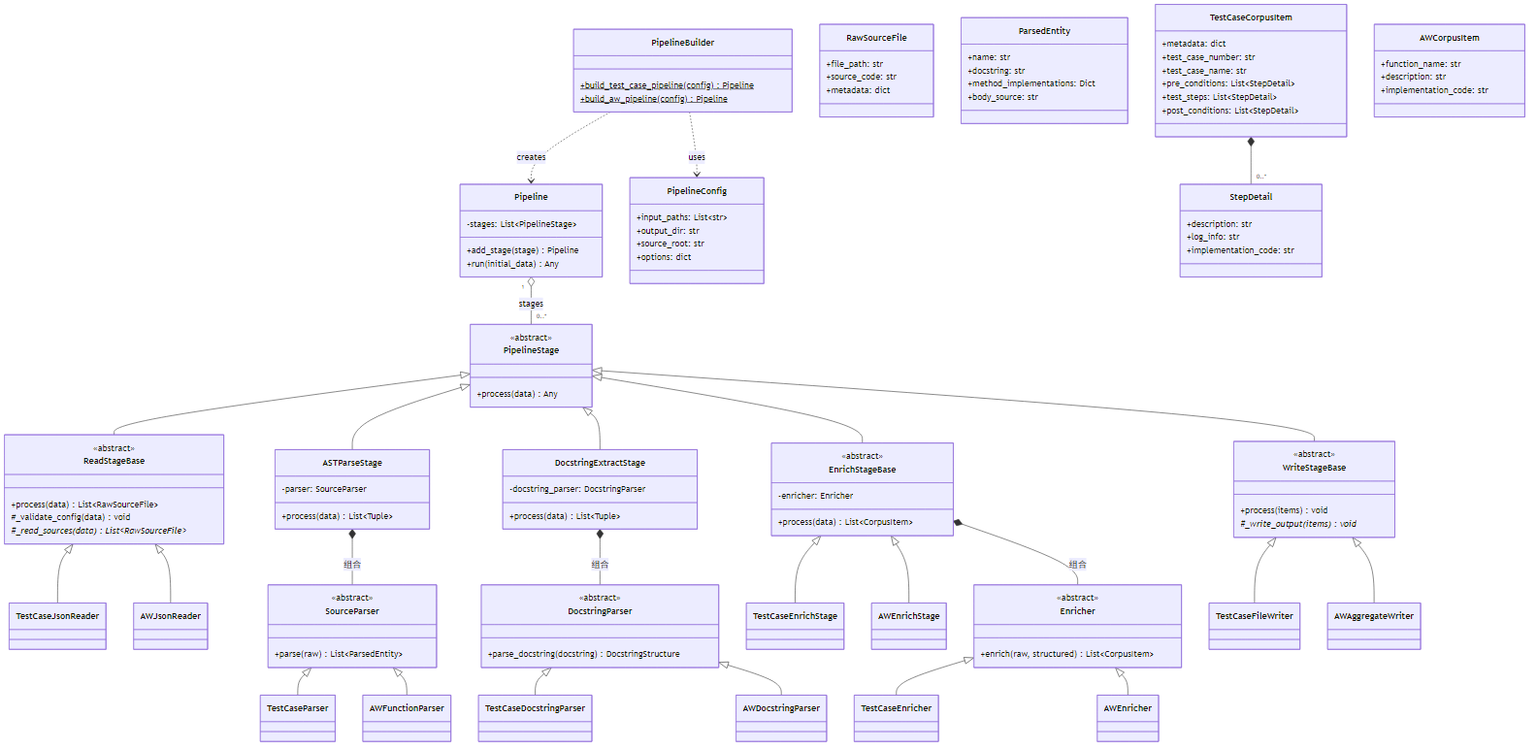
Earlier version of the Mermaid export docs/images/class_diagram.png (zhibinhuosheng/DataWash). Its source is kept beside it as docs/images/class_diagram.mmd.
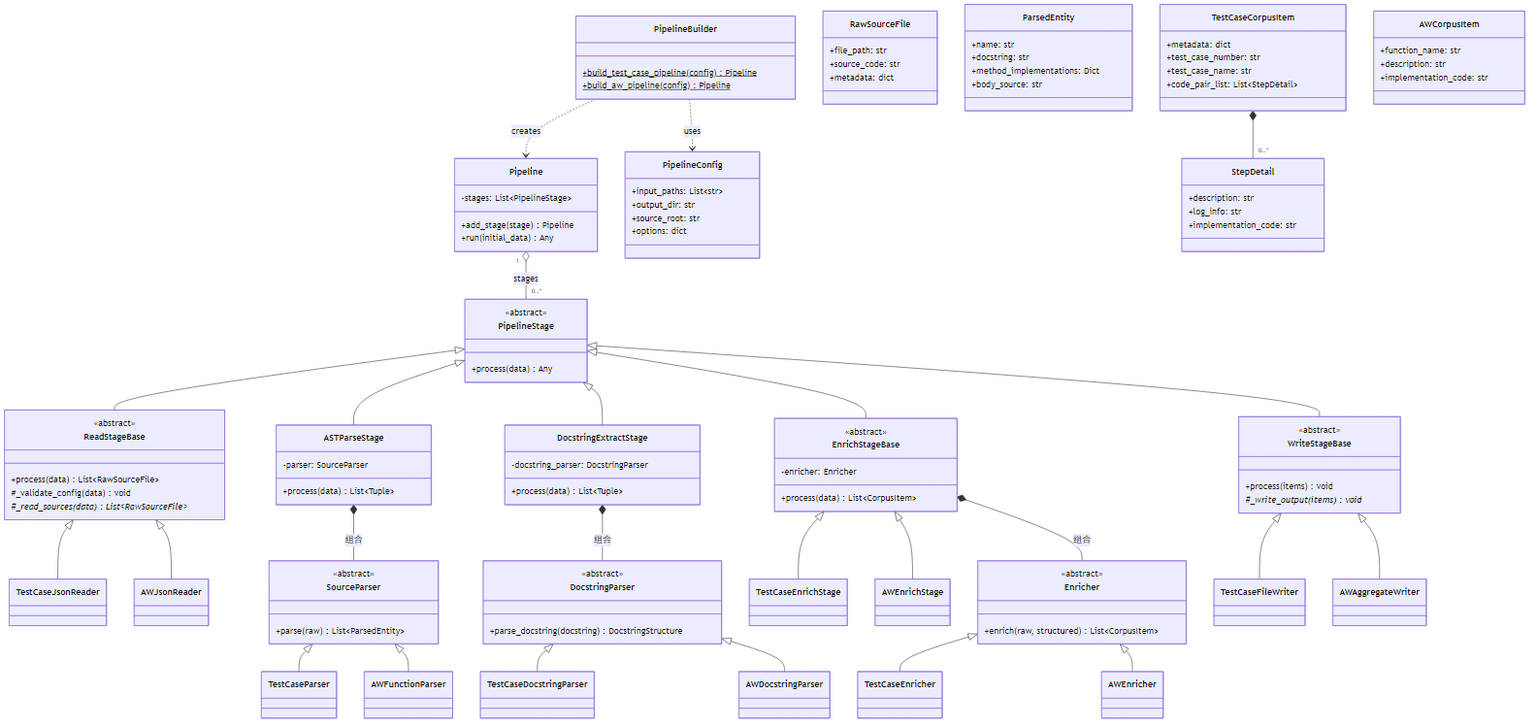
After the commit.

Change to the diagram source:
```diff
@@ -98,9 +98,7 @@
         +metadata: dict
         +test_case_number: str
         +test_case_name: str
-        +pre_conditions: List~StepDetail~
-        +test_steps: List~StepDetail~
-        +post_conditions: List~StepDetail~
+        +code_pair_list: List~StepDetail~
     }
 
     class AWCorpusItem {
```
